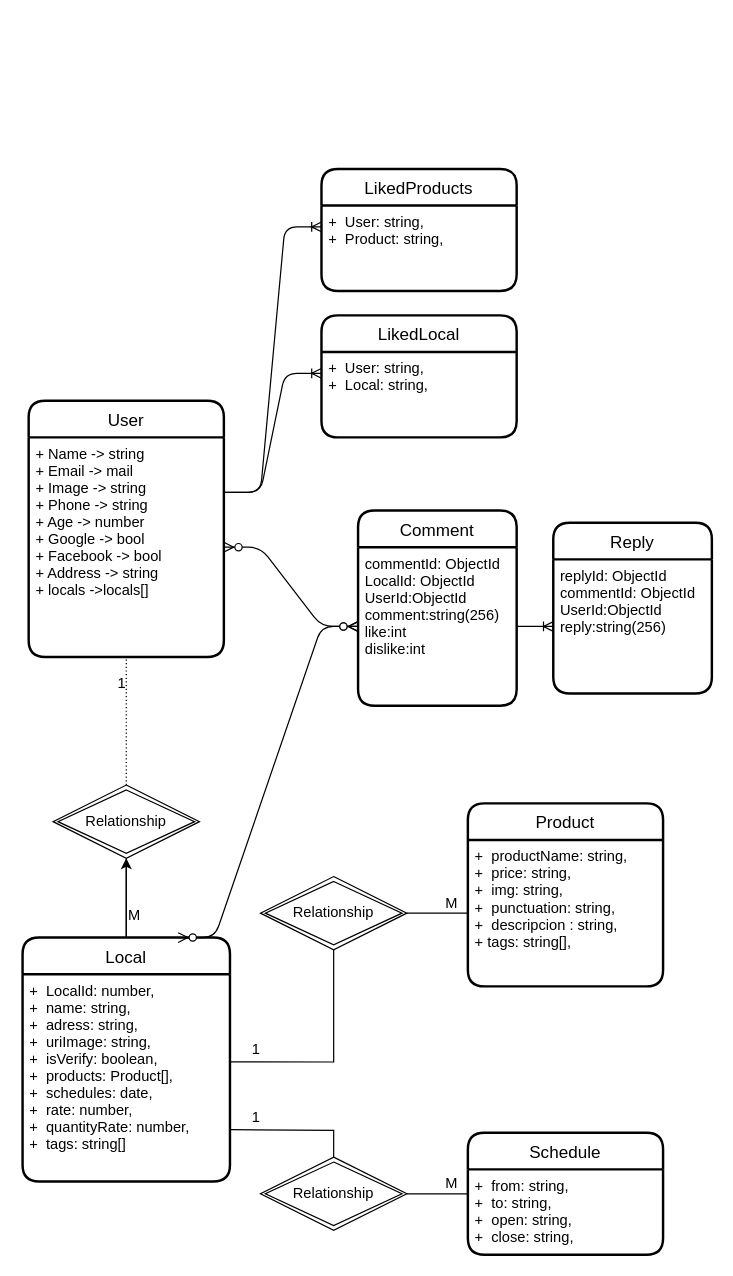
This is page "Database" (1 of 7) of Documentation/Database.drawio from VictorVMHC/Located.API, a draw.io file, before an edit. Source tidied: cells renumbered, new cells numbered last; positions are measured from the earlier drawing's top-left corner, leaving out a move shared by most shapes. Both pictures are drawn from the tidied source at 122%, with x=0, y=0 at pixel (22, 168).
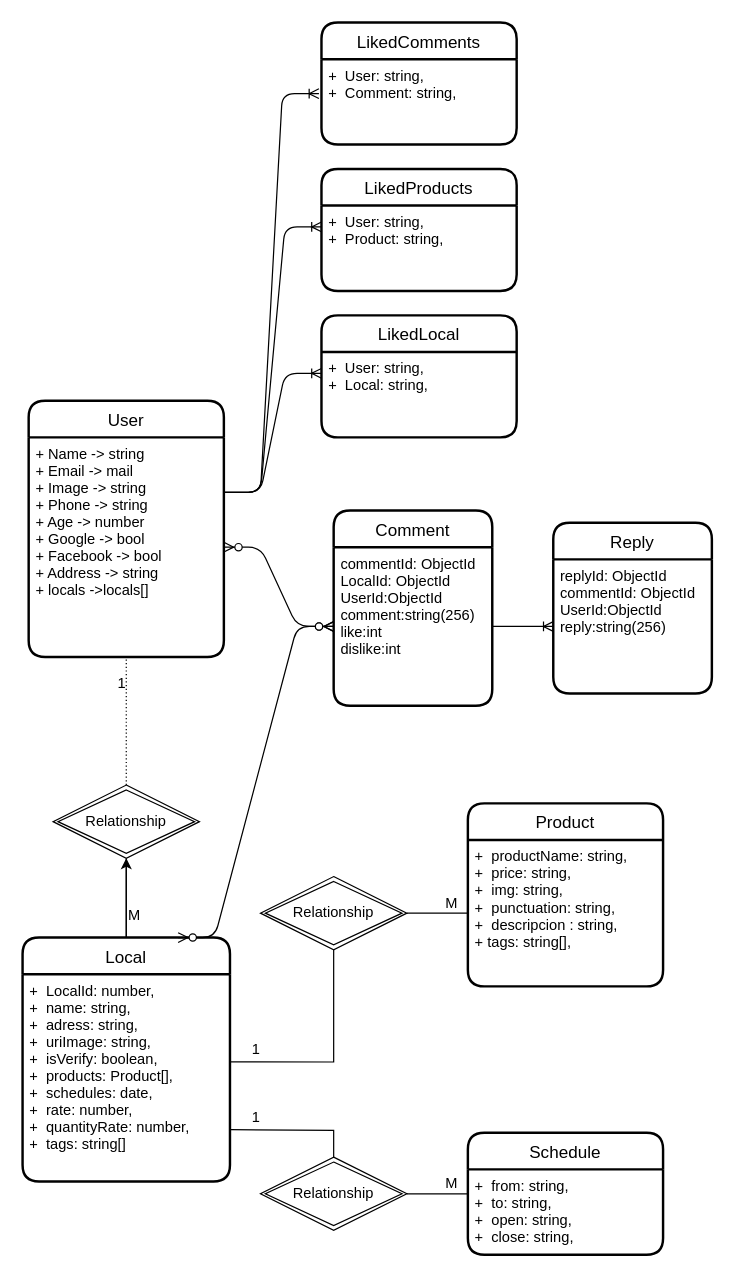
The same page after the edit.

Unchanged cells that the change refers to:
```xml
<mxCell id="4" value="+ Name -&gt; string&#10;+ Email -&gt; mail&#10;+ Image -&gt; string&#10;+ Phone -&gt; string&#10;+ Age -&gt; number&#10;+ Google -&gt; bool&#10;+ Facebook -&gt; bool&#10;+ Address -&gt; string&#10;+ locals -&gt;locals[]&#10;" style="align=left;strokeColor=none;fillColor=none;spacingLeft=4;fontSize=12;verticalAlign=top;" parent="3" vertex="1">
  <mxGeometry y="30" width="160" height="180" as="geometry" />
</mxCell>
```

Diff of the diagram source:
```diff
@@
     <mxCell id="33" value="Comment" style="swimlane;horizontal=1;startSize=30;rounded=1;fontSize=14;fontStyle=0;strokeWidth=2;shadow=0;dashed=0;align=center;" parent="1" vertex="1">
-      <mxGeometry x="275" y="280" width="130" height="160" as="geometry" />
+      <mxGeometry x="255" y="280" width="130" height="160" as="geometry" />
     </mxCell>
@@
+    <mxCell id="40" value="LikedComments" style="swimlane;horizontal=1;startSize=30;rounded=1;fontSize=14;fontStyle=0;strokeWidth=2;shadow=0;dashed=0;align=center;" parent="1" vertex="1">
+      <mxGeometry x="245" y="-120" width="160" height="100" as="geometry" />
+    </mxCell>
+    <mxCell id="41" value="+  User: string,&#10;+  Comment: string," style="align=left;strokeColor=none;fillColor=none;spacingLeft=4;fontSize=12;verticalAlign=top;" parent="40" vertex="1">
+      <mxGeometry y="30" width="160" height="70" as="geometry" />
+    </mxCell>
+    <mxCell id="42" style="edgeStyle=entityRelationEdgeStyle;fontSize=12;html=1;endArrow=ERoneToMany;exitX=1;exitY=0.25;exitDx=0;exitDy=0;entryX=-0.013;entryY=0.404;entryDx=0;entryDy=0;entryPerimeter=0;" parent="1" edge="1" source="4" target="41">
+      <mxGeometry relative="1" as="geometry" />
+    </mxCell>
```
